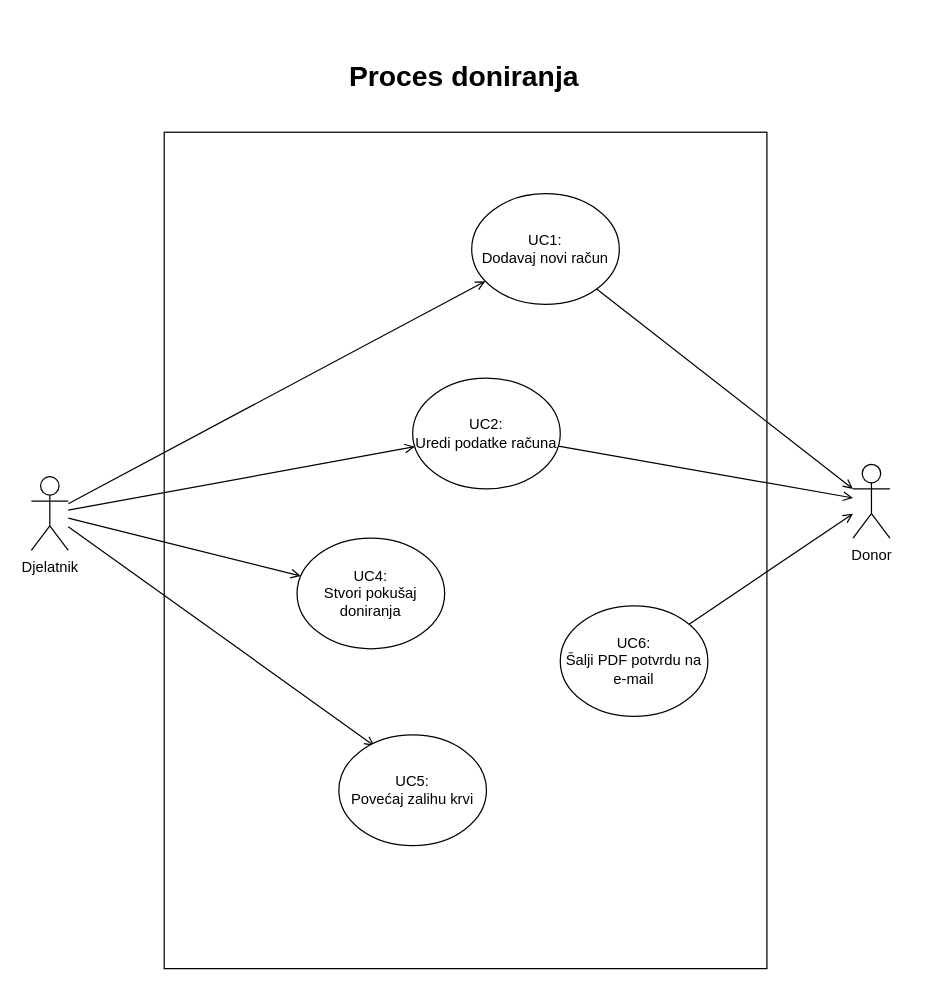
This is page "2 - Proces doniranja" (2 of 6) of Dokumentacija/Use cases/Use Cases.drawio from ToniIvankovic/TrueBlood, a draw.io file, before an edit. Source tidied: cells renumbered, new cells numbered last; positions are measured from the earlier drawing's top-left corner, leaving out a move shared by most shapes. Both pictures are drawn from the tidied source at 123%, with x=0, y=0 at pixel (31, 21).
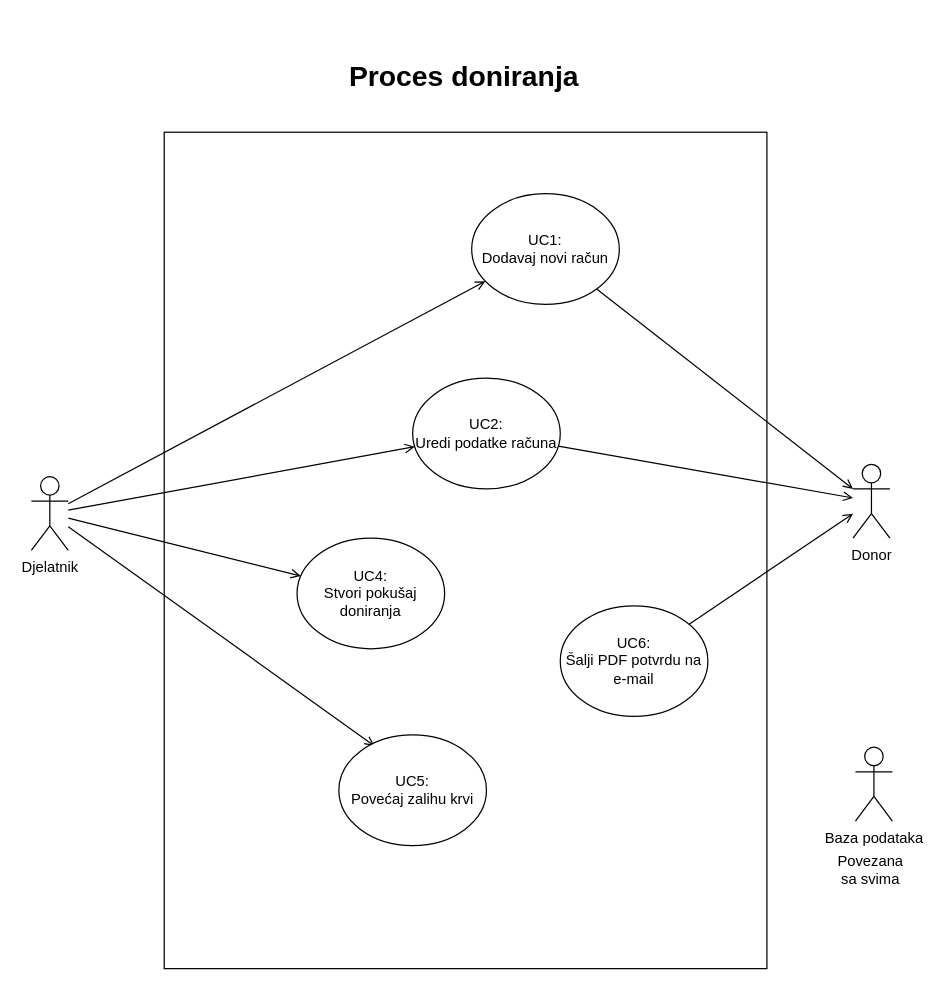
Above is the later version.

What changed in the source:
```diff
@@
 <mxGraphModel>
   <root>
     <mxCell id="0" />
     <mxCell id="1" parent="0" />
     <mxCell id="2" style="rounded=0;whiteSpace=wrap;html=1;" parent="1" vertex="1">
       <mxGeometry x="108" y="90" width="490" height="680" as="geometry" />
     </mxCell>
     <mxCell id="3" style="edgeStyle=none;rounded=0;jettySize=auto;html=1;entryX=0;entryY=0.3333333333333333;entryDx=0;entryDy=0;entryPerimeter=0;endArrow=open;endFill=0;fontSize=23;" parent="1" edge="1" source="4" target="12">
       <mxGeometry relative="1" as="geometry" />
     </mxCell>
     <mxCell id="4" value="UC1:&lt;br&gt;Dodavaj novi račun" style="ellipse;whiteSpace=wrap;html=1;" parent="1" vertex="1">
       <mxGeometry x="358" y="140" width="120" height="90" as="geometry" />
     </mxCell>
     <mxCell id="5" style="edgeStyle=none;rounded=0;jettySize=auto;html=1;endArrow=open;endFill=0;fontSize=23;" parent="1" edge="1" source="6" target="12">
       <mxGeometry relative="1" as="geometry" />
     </mxCell>
     <mxCell id="6" value="UC2:&lt;br&gt;Uredi podatke računa" style="ellipse;whiteSpace=wrap;html=1;" parent="1" vertex="1">
       <mxGeometry x="310" y="290" width="120" height="90" as="geometry" />
     </mxCell>
     <mxCell id="7" style="edgeStyle=none;rounded=0;jettySize=auto;html=1;endArrow=open;endFill=0;" parent="1" edge="1" source="11" target="4">
       <mxGeometry relative="1" as="geometry" />
     </mxCell>
     <mxCell id="8" style="edgeStyle=none;rounded=0;jettySize=auto;html=1;endArrow=open;endFill=0;" parent="1" edge="1" source="11" target="6">
       <mxGeometry relative="1" as="geometry" />
     </mxCell>
     <mxCell id="9" style="edgeStyle=none;rounded=0;jettySize=auto;html=1;endArrow=open;endFill=0;fontSize=23;" parent="1" edge="1" source="11" target="14">
       <mxGeometry relative="1" as="geometry" />
     </mxCell>
     <mxCell id="10" style="edgeStyle=none;rounded=0;jettySize=auto;html=1;entryX=0.242;entryY=0.1;entryDx=0;entryDy=0;entryPerimeter=0;endArrow=open;endFill=0;fontSize=23;" parent="1" edge="1" source="11" target="15">
       <mxGeometry relative="1" as="geometry" />
     </mxCell>
     <mxCell id="11" value="Djelatnik" style="shape=umlActor;verticalLabelPosition=bottom;verticalAlign=top;html=1;outlineConnect=0;" parent="1" vertex="1">
       <mxGeometry y="370" width="30" height="60" as="geometry" />
     </mxCell>
     <mxCell id="12" value="Donor" style="shape=umlActor;verticalLabelPosition=bottom;verticalAlign=top;html=1;outlineConnect=0;" parent="1" vertex="1">
       <mxGeometry x="668" y="360" width="30" height="60" as="geometry" />
     </mxCell>
     <mxCell id="13" value="Proces doniranja" style="text;html=1;strokeColor=none;fillColor=none;align=center;verticalAlign=middle;whiteSpace=wrap;rounded=0;fontSize=23;fontStyle=1;" parent="1" vertex="1">
       <mxGeometry x="216" width="272" height="90" as="geometry" />
     </mxCell>
     <mxCell id="14" value="UC4:&lt;br&gt;Stvori pokušaj doniranja" style="ellipse;whiteSpace=wrap;html=1;" parent="1" vertex="1">
       <mxGeometry x="216" y="420" width="120" height="90" as="geometry" />
     </mxCell>
     <mxCell id="15" value="UC5:&lt;br&gt;Povećaj zalihu krvi" style="ellipse;whiteSpace=wrap;html=1;" parent="1" vertex="1">
       <mxGeometry x="250" y="580" width="120" height="90" as="geometry" />
     </mxCell>
     <mxCell id="16" style="edgeStyle=none;rounded=0;jettySize=auto;html=1;endArrow=open;endFill=0;fontSize=23;" parent="1" edge="1" source="17" target="12">
       <mxGeometry relative="1" as="geometry" />
     </mxCell>
     <mxCell id="17" value="UC6:&lt;br&gt;Šalji PDF potvrdu na e-mail" style="ellipse;whiteSpace=wrap;html=1;" parent="1" vertex="1">
       <mxGeometry x="430" y="475" width="120" height="90" as="geometry" />
     </mxCell>
+    <mxCell id="18" value="Baza podataka" style="shape=umlActor;verticalLabelPosition=bottom;verticalAlign=top;html=1;" parent="1" vertex="1">
+      <mxGeometry x="670" y="590" width="30" height="60" as="geometry" />
+    </mxCell>
+    <mxCell id="19" value="Povezana sa svima" style="text;html=1;strokeColor=none;fillColor=none;align=center;verticalAlign=middle;whiteSpace=wrap;rounded=0;" parent="1" vertex="1">
+      <mxGeometry x="650" y="680" width="65" height="20" as="geometry" />
+    </mxCell>
   </root>
 </mxGraphModel>
```
